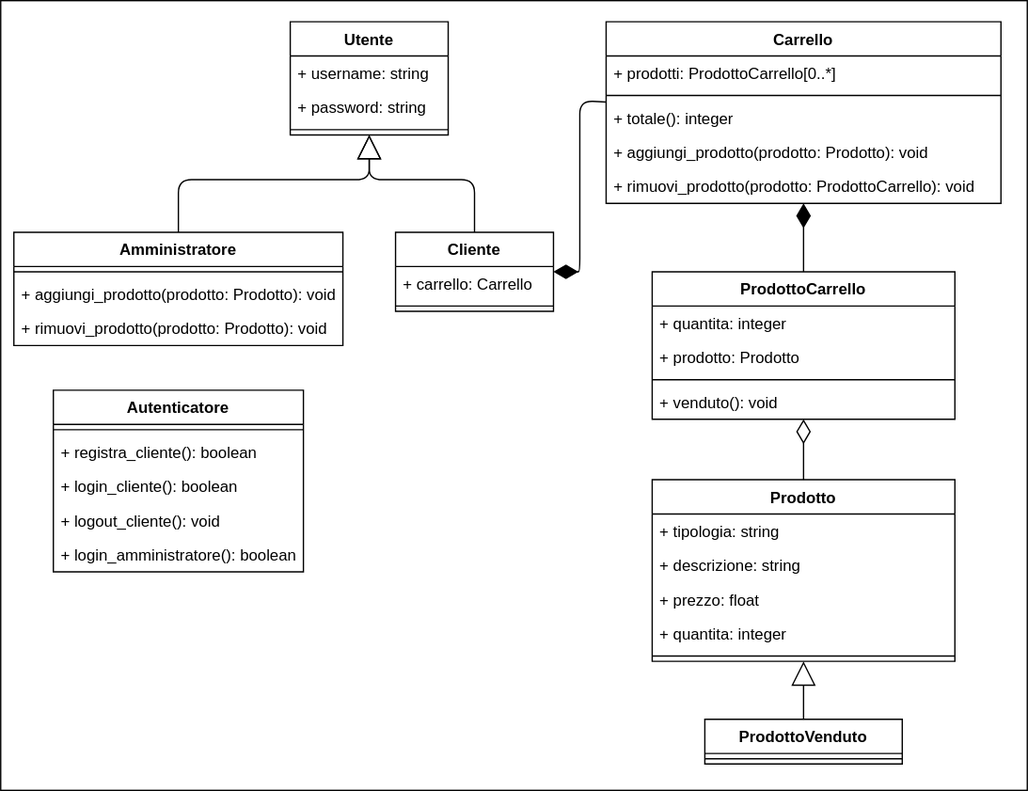
The draw.io diagram diagrammi/classi.drawio.svg in MickTK/ProgettoFinaleISW, before a commit. Source tidied: cells renumbered, new cells last; positions are measured from the earlier drawing's top-left corner, leaving out a move shared by most shapes.
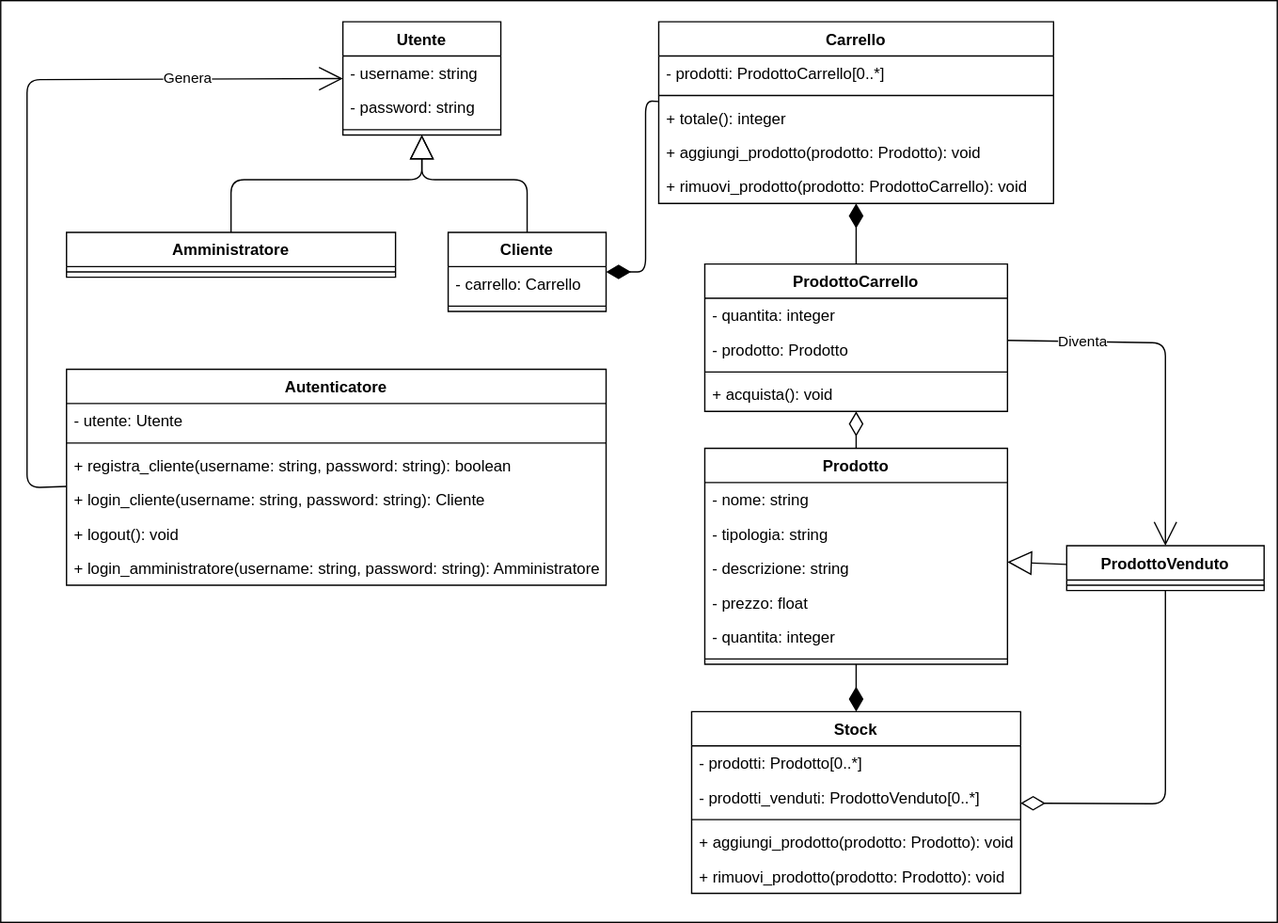
After the change.

Diff of the diagram source:
```diff
@@ -3,21 +3,21 @@
     <mxCell id="0" />
     <mxCell id="1" parent="0" />
     <mxCell id="2" style="rounded=0;whiteSpace=wrap;html=1;" parent="1" vertex="1">
-      <mxGeometry width="780" height="600" as="geometry" />
+      <mxGeometry y="20" width="970" height="700" as="geometry" />
     </mxCell>
     <mxCell id="3" value="Cliente" style="swimlane;fontStyle=1;align=center;verticalAlign=top;horizontal=1;startSize=26;" parent="1" vertex="1">
-      <mxGeometry x="300" y="176" width="120" height="60" as="geometry" />
+      <mxGeometry x="340" y="196" width="120" height="60" as="geometry" />
     </mxCell>
-    <mxCell id="4" value="+ carrello: Carrello" style="text;strokeColor=none;fillColor=none;align=left;verticalAlign=top;spacingLeft=4;spacingRight=4;overflow=hidden;" parent="3" vertex="1">
+    <mxCell id="4" value="- carrello: Carrello" style="text;strokeColor=none;fillColor=none;align=left;verticalAlign=top;spacingLeft=4;spacingRight=4;overflow=hidden;" parent="3" vertex="1">
       <mxGeometry y="26" width="120" height="26" as="geometry" />
     </mxCell>
     <mxCell id="5" style="line;strokeWidth=1;fillColor=none;align=left;verticalAlign=middle;spacingTop=-1;spacingLeft=3;spacingRight=3;labelPosition=right;strokeColor=inherit;" parent="3" vertex="1">
       <mxGeometry y="52" width="120" height="8" as="geometry" />
     </mxCell>
     <mxCell id="6" value="Carrello" style="swimlane;fontStyle=1;align=center;verticalAlign=top;horizontal=1;startSize=26;" parent="1" vertex="1">
-      <mxGeometry x="460" y="16" width="300" height="138" as="geometry" />
+      <mxGeometry x="500" y="36" width="300" height="138" as="geometry" />
     </mxCell>
-    <mxCell id="7" value="+ prodotti: ProdottoCarrello[0..*]" style="text;strokeColor=none;fillColor=none;align=left;verticalAlign=top;spacingLeft=4;spacingRight=4;overflow=hidden;" parent="6" vertex="1">
+    <mxCell id="7" value="- prodotti: ProdottoCarrello[0..*]" style="text;strokeColor=none;fillColor=none;align=left;verticalAlign=top;spacingLeft=4;spacingRight=4;overflow=hidden;" parent="6" vertex="1">
       <mxGeometry y="26" width="300" height="26" as="geometry" />
     </mxCell>
     <mxCell id="8" style="line;strokeWidth=1;fillColor=none;align=left;verticalAlign=middle;spacingTop=-1;spacingLeft=3;spacingRight=3;labelPosition=right;strokeColor=inherit;" parent="6" vertex="1">
@@ -33,83 +33,80 @@
       <mxGeometry y="112" width="300" height="26" as="geometry" />
     </mxCell>
     <mxCell id="12" value="ProdottoCarrello" style="swimlane;fontStyle=1;align=center;verticalAlign=top;horizontal=1;startSize=26;" parent="1" vertex="1">
-      <mxGeometry x="495" y="206" width="230" height="112" as="geometry" />
+      <mxGeometry x="535" y="220" width="230" height="112" as="geometry" />
     </mxCell>
-    <mxCell id="13" value="+ quantita: integer" style="text;strokeColor=none;fillColor=none;align=left;verticalAlign=top;spacingLeft=4;spacingRight=4;overflow=hidden;" parent="12" vertex="1">
+    <mxCell id="13" value="- quantita: integer" style="text;strokeColor=none;fillColor=none;align=left;verticalAlign=top;spacingLeft=4;spacingRight=4;overflow=hidden;" parent="12" vertex="1">
       <mxGeometry y="26" width="230" height="26" as="geometry" />
     </mxCell>
-    <mxCell id="14" value="+ prodotto: Prodotto" style="text;strokeColor=none;fillColor=none;align=left;verticalAlign=top;spacingLeft=4;spacingRight=4;overflow=hidden;" parent="12" vertex="1">
+    <mxCell id="14" value="- prodotto: Prodotto" style="text;strokeColor=none;fillColor=none;align=left;verticalAlign=top;spacingLeft=4;spacingRight=4;overflow=hidden;" parent="12" vertex="1">
       <mxGeometry y="52" width="230" height="26" as="geometry" />
     </mxCell>
     <mxCell id="15" style="line;strokeWidth=1;fillColor=none;align=left;verticalAlign=middle;spacingTop=-1;spacingLeft=3;spacingRight=3;labelPosition=right;strokeColor=inherit;" parent="12" vertex="1">
       <mxGeometry y="78" width="230" height="8" as="geometry" />
     </mxCell>
-    <mxCell id="16" value="+ venduto(): void" style="text;strokeColor=none;fillColor=none;align=left;verticalAlign=top;spacingLeft=4;spacingRight=4;overflow=hidden;" parent="12" vertex="1">
+    <mxCell id="16" value="+ acquista(): void" style="text;strokeColor=none;fillColor=none;align=left;verticalAlign=top;spacingLeft=4;spacingRight=4;overflow=hidden;" parent="12" vertex="1">
       <mxGeometry y="86" width="230" height="26" as="geometry" />
     </mxCell>
     <mxCell id="17" value="Prodotto" style="swimlane;fontStyle=1;align=center;verticalAlign=top;horizontal=1;startSize=26;" parent="1" vertex="1">
-      <mxGeometry x="495" y="364" width="230" height="138" as="geometry" />
+      <mxGeometry x="535" y="360" width="230" height="164" as="geometry" />
     </mxCell>
+    <mxCell id="45" value="- nome: string" style="text;strokeColor=none;fillColor=none;align=left;verticalAlign=top;spacingLeft=4;spacingRight=4;overflow=hidden;" parent="17" vertex="1">
+      <mxGeometry y="26" width="230" height="26" as="geometry" />
+    </mxCell>
-    <mxCell id="18" value="+ tipologia: string" style="text;strokeColor=none;fillColor=none;align=left;verticalAlign=top;spacingLeft=4;spacingRight=4;overflow=hidden;" parent="17" vertex="1">
-      <mxGeometry y="26" width="230" height="26" as="geometry" />
+    <mxCell id="18" value="- tipologia: string" style="text;strokeColor=none;fillColor=none;align=left;verticalAlign=top;spacingLeft=4;spacingRight=4;overflow=hidden;" parent="17" vertex="1">
+      <mxGeometry y="52" width="230" height="26" as="geometry" />
     </mxCell>
-    <mxCell id="19" value="+ descrizione: string" style="text;strokeColor=none;fillColor=none;align=left;verticalAlign=top;spacingLeft=4;spacingRight=4;overflow=hidden;" parent="17" vertex="1">
-      <mxGeometry y="52" width="230" height="26" as="geometry" />
+    <mxCell id="19" value="- descrizione: string" style="text;strokeColor=none;fillColor=none;align=left;verticalAlign=top;spacingLeft=4;spacingRight=4;overflow=hidden;" parent="17" vertex="1">
+      <mxGeometry y="78" width="230" height="26" as="geometry" />
     </mxCell>
-    <mxCell id="20" value="+ prezzo: float" style="text;strokeColor=none;fillColor=none;align=left;verticalAlign=top;spacingLeft=4;spacingRight=4;overflow=hidden;" parent="17" vertex="1">
-      <mxGeometry y="78" width="230" height="26" as="geometry" />
+    <mxCell id="20" value="- prezzo: float" style="text;strokeColor=none;fillColor=none;align=left;verticalAlign=top;spacingLeft=4;spacingRight=4;overflow=hidden;" parent="17" vertex="1">
+      <mxGeometry y="104" width="230" height="26" as="geometry" />
     </mxCell>
-    <mxCell id="21" value="+ quantita: integer" style="text;strokeColor=none;fillColor=none;align=left;verticalAlign=top;spacingLeft=4;spacingRight=4;overflow=hidden;" parent="17" vertex="1">
-      <mxGeometry y="104" width="230" height="26" as="geometry" />
+    <mxCell id="21" value="- quantita: integer" style="text;strokeColor=none;fillColor=none;align=left;verticalAlign=top;spacingLeft=4;spacingRight=4;overflow=hidden;" parent="17" vertex="1">
+      <mxGeometry y="130" width="230" height="26" as="geometry" />
     </mxCell>
     <mxCell id="22" style="line;strokeWidth=1;fillColor=none;align=left;verticalAlign=middle;spacingTop=-1;spacingLeft=3;spacingRight=3;labelPosition=right;strokeColor=inherit;" parent="17" vertex="1">
-      <mxGeometry y="130" width="230" height="8" as="geometry" />
+      <mxGeometry y="156" width="230" height="8" as="geometry" />
     </mxCell>
     <mxCell id="23" value="Utente" style="swimlane;fontStyle=1;align=center;verticalAlign=top;horizontal=1;startSize=26;" parent="1" vertex="1">
-      <mxGeometry x="220" y="16" width="120" height="86" as="geometry" />
+      <mxGeometry x="260" y="36" width="120" height="86" as="geometry" />
     </mxCell>
-    <mxCell id="24" value="+ username: string" style="text;strokeColor=none;fillColor=none;align=left;verticalAlign=top;spacingLeft=4;spacingRight=4;overflow=hidden;" parent="23" vertex="1">
+    <mxCell id="24" value="- username: string" style="text;strokeColor=none;fillColor=none;align=left;verticalAlign=top;spacingLeft=4;spacingRight=4;overflow=hidden;" parent="23" vertex="1">
       <mxGeometry y="26" width="120" height="26" as="geometry" />
     </mxCell>
-    <mxCell id="25" value="+ password: string" style="text;strokeColor=none;fillColor=none;align=left;verticalAlign=top;spacingLeft=4;spacingRight=4;overflow=hidden;" parent="23" vertex="1">
+    <mxCell id="25" value="- password: string" style="text;strokeColor=none;fillColor=none;align=left;verticalAlign=top;spacingLeft=4;spacingRight=4;overflow=hidden;" parent="23" vertex="1">
       <mxGeometry y="52" width="120" height="26" as="geometry" />
     </mxCell>
     <mxCell id="26" style="line;strokeWidth=1;fillColor=none;align=left;verticalAlign=middle;spacingTop=-1;spacingLeft=3;spacingRight=3;labelPosition=right;strokeColor=inherit;" parent="23" vertex="1">
       <mxGeometry y="78" width="120" height="8" as="geometry" />
     </mxCell>
     <mxCell id="27" value="Amministratore" style="swimlane;fontStyle=1;align=center;verticalAlign=top;horizontal=1;startSize=26;" parent="1" vertex="1">
-      <mxGeometry x="10" y="176" width="250" height="86" as="geometry" />
+      <mxGeometry x="50" y="196" width="250" height="34" as="geometry" />
     </mxCell>
     <mxCell id="28" style="line;strokeWidth=1;fillColor=none;align=left;verticalAlign=middle;spacingTop=-1;spacingLeft=3;spacingRight=3;labelPosition=right;strokeColor=inherit;" parent="27" vertex="1">
       <mxGeometry y="26" width="250" height="8" as="geometry" />
     </mxCell>
-    <mxCell id="29" value="+ aggiungi_prodotto(prodotto: Prodotto): void" style="text;strokeColor=none;fillColor=none;align=left;verticalAlign=top;spacingLeft=4;spacingRight=4;overflow=hidden;" parent="27" vertex="1">
-      <mxGeometry y="34" width="250" height="26" as="geometry" />
-    </mxCell>
-    <mxCell id="30" value="+ rimuovi_prodotto(prodotto: Prodotto): void" style="text;strokeColor=none;fillColor=none;align=left;verticalAlign=top;spacingLeft=4;spacingRight=4;overflow=hidden;" parent="27" vertex="1">
-      <mxGeometry y="60" width="250" height="26" as="geometry" />
-    </mxCell>
     <mxCell id="31" style="endArrow=block;endSize=16;endFill=0;html=1;" parent="1" edge="1" source="3" target="23">
       <mxGeometry relative="1" as="geometry">
         <Array as="points">
-          <mxPoint x="360" y="136" />
-          <mxPoint x="280" y="136" />
+          <mxPoint x="400" y="156" />
+          <mxPoint x="320" y="156" />
         </Array>
       </mxGeometry>
     </mxCell>
     <mxCell id="32" style="endArrow=block;endSize=16;endFill=0;html=1;" parent="1" edge="1" source="27" target="23">
       <mxGeometry relative="1" as="geometry">
         <Array as="points">
-          <mxPoint x="135" y="136" />
-          <mxPoint x="280" y="136" />
+          <mxPoint x="175" y="156" />
+          <mxPoint x="320" y="156" />
         </Array>
       </mxGeometry>
     </mxCell>
     <mxCell id="33" style="endArrow=diamondThin;html=1;endFill=1;startArrow=none;startFill=0;endSize=16;" parent="1" edge="1" source="6" target="3">
       <mxGeometry relative="1" as="geometry">
         <Array as="points">
-          <mxPoint x="440" y="76" />
-          <mxPoint x="440" y="206" />
+          <mxPoint x="490" y="96" />
+          <mxPoint x="490" y="226" />
         </Array>
       </mxGeometry>
     </mxCell>
@@ -120,25 +117,28 @@
       <mxGeometry relative="1" as="geometry" />
     </mxCell>
     <mxCell id="36" value="Autenticatore" style="swimlane;fontStyle=1;align=center;verticalAlign=top;horizontal=1;startSize=26;" parent="1" vertex="1">
-      <mxGeometry x="40" y="296" width="190" height="138" as="geometry" />
+      <mxGeometry x="50" y="300" width="410" height="164" as="geometry" />
     </mxCell>
+    <mxCell id="46" value="- utente: Utente" style="text;strokeColor=none;fillColor=none;align=left;verticalAlign=top;spacingLeft=4;spacingRight=4;overflow=hidden;" parent="36" vertex="1">
+      <mxGeometry y="26" width="410" height="26" as="geometry" />
+    </mxCell>
     <mxCell id="37" style="line;strokeWidth=1;fillColor=none;align=left;verticalAlign=middle;spacingTop=-1;spacingLeft=3;spacingRight=3;labelPosition=right;strokeColor=inherit;" parent="36" vertex="1">
-      <mxGeometry y="26" width="190" height="8" as="geometry" />
+      <mxGeometry y="52" width="410" height="8" as="geometry" />
     </mxCell>
-    <mxCell id="38" value="+ registra_cliente(): boolean" style="text;strokeColor=none;fillColor=none;align=left;verticalAlign=top;spacingLeft=4;spacingRight=4;overflow=hidden;" parent="36" vertex="1">
-      <mxGeometry y="34" width="190" height="26" as="geometry" />
+    <mxCell id="38" value="+ registra_cliente(username: string, password: string): boolean" style="text;strokeColor=none;fillColor=none;align=left;verticalAlign=top;spacingLeft=4;spacingRight=4;overflow=hidden;" parent="36" vertex="1">
+      <mxGeometry y="60" width="410" height="26" as="geometry" />
     </mxCell>
-    <mxCell id="39" value="+ login_cliente(): boolean" style="text;strokeColor=none;fillColor=none;align=left;verticalAlign=top;spacingLeft=4;spacingRight=4;overflow=hidden;" parent="36" vertex="1">
-      <mxGeometry y="60" width="190" height="26" as="geometry" />
+    <mxCell id="39" value="+ login_cliente(username: string, password: string): Cliente" style="text;strokeColor=none;fillColor=none;align=left;verticalAlign=top;spacingLeft=4;spacingRight=4;overflow=hidden;" parent="36" vertex="1">
+      <mxGeometry y="86" width="410" height="26" as="geometry" />
     </mxCell>
-    <mxCell id="40" value="+ logout_cliente(): void" style="text;strokeColor=none;fillColor=none;align=left;verticalAlign=top;spacingLeft=4;spacingRight=4;overflow=hidden;" parent="36" vertex="1">
-      <mxGeometry y="86" width="190" height="26" as="geometry" />
+    <mxCell id="40" value="+ logout(): void" style="text;strokeColor=none;fillColor=none;align=left;verticalAlign=top;spacingLeft=4;spacingRight=4;overflow=hidden;" parent="36" vertex="1">
+      <mxGeometry y="112" width="410" height="26" as="geometry" />
     </mxCell>
-    <mxCell id="41" value="+ login_amministratore(): boolean" style="text;strokeColor=none;fillColor=none;align=left;verticalAlign=top;spacingLeft=4;spacingRight=4;overflow=hidden;" parent="36" vertex="1">
-      <mxGeometry y="112" width="190" height="26" as="geometry" />
+    <mxCell id="41" value="+ login_amministratore(username: string, password: string): Amministratore" style="text;strokeColor=none;fillColor=none;align=left;verticalAlign=top;spacingLeft=4;spacingRight=4;overflow=hidden;" parent="36" vertex="1">
+      <mxGeometry y="138" width="410" height="26" as="geometry" />
     </mxCell>
     <mxCell id="42" value="ProdottoVenduto" style="swimlane;fontStyle=1;align=center;verticalAlign=top;horizontal=1;startSize=26;" parent="1" vertex="1">
-      <mxGeometry x="535" y="546" width="150" height="34" as="geometry" />
+      <mxGeometry x="810" y="434" width="150" height="34" as="geometry" />
     </mxCell>
     <mxCell id="43" style="line;strokeWidth=1;fillColor=none;align=left;verticalAlign=middle;spacingTop=-1;spacingLeft=3;spacingRight=3;labelPosition=right;strokeColor=inherit;" parent="42" vertex="1">
       <mxGeometry y="26" width="150" height="8" as="geometry" />
@@ -146,5 +146,58 @@
     <mxCell id="44" style="endArrow=block;endSize=16;endFill=0;html=1;" parent="1" edge="1" source="42" target="17">
       <mxGeometry relative="1" as="geometry" />
     </mxCell>
+    <mxCell id="47" value="Stock" style="swimlane;fontStyle=1;align=center;verticalAlign=top;horizontal=1;startSize=26;" parent="1" vertex="1">
+      <mxGeometry x="525" y="560" width="250" height="138" as="geometry" />
+    </mxCell>
+    <mxCell id="48" value="- prodotti: Prodotto[0..*]" style="text;strokeColor=none;fillColor=none;align=left;verticalAlign=top;spacingLeft=4;spacingRight=4;overflow=hidden;" parent="47" vertex="1">
+      <mxGeometry y="26" width="250" height="26" as="geometry" />
+    </mxCell>
+    <mxCell id="49" value="- prodotti_venduti: ProdottoVenduto[0..*]" style="text;strokeColor=none;fillColor=none;align=left;verticalAlign=top;spacingLeft=4;spacingRight=4;overflow=hidden;" parent="47" vertex="1">
+      <mxGeometry y="52" width="250" height="26" as="geometry" />
+    </mxCell>
+    <mxCell id="50" style="line;strokeWidth=1;fillColor=none;align=left;verticalAlign=middle;spacingTop=-1;spacingLeft=3;spacingRight=3;labelPosition=right;strokeColor=inherit;" parent="47" vertex="1">
+      <mxGeometry y="78" width="250" height="8" as="geometry" />
+    </mxCell>
+    <mxCell id="29" value="+ aggiungi_prodotto(prodotto: Prodotto): void" style="text;strokeColor=none;fillColor=none;align=left;verticalAlign=top;spacingLeft=4;spacingRight=4;overflow=hidden;" parent="47" vertex="1">
+      <mxGeometry y="86" width="250" height="26" as="geometry" />
+    </mxCell>
+    <mxCell id="30" value="+ rimuovi_prodotto(prodotto: Prodotto): void" style="text;strokeColor=none;fillColor=none;align=left;verticalAlign=top;spacingLeft=4;spacingRight=4;overflow=hidden;" parent="47" vertex="1">
+      <mxGeometry y="112" width="250" height="26" as="geometry" />
+    </mxCell>
+    <mxCell id="51" style="endArrow=diamondThin;html=1;endFill=1;startArrow=none;startFill=0;endSize=16;" parent="1" edge="1" source="17" target="47">
+      <mxGeometry relative="1" as="geometry" />
+    </mxCell>
+    <mxCell id="52" style="endArrow=none;html=1;endFill=0;startArrow=open;startFill=0;endSize=16;startSize=16;" parent="1" edge="1" source="42" target="12">
+      <mxGeometry relative="1" as="geometry">
+        <Array as="points">
+          <mxPoint x="885" y="280" />
+        </Array>
+      </mxGeometry>
+    </mxCell>
+    <mxCell id="53" value="Diventa" style="edgeLabel;html=1;align=center;verticalAlign=middle;" parent="52" vertex="1">
+      <mxGeometry x="0.42" y="1" relative="1" as="geometry">
+        <mxPoint x="-22" y="-1" as="offset" />
+      </mxGeometry>
+    </mxCell>
+    <mxCell id="54" style="endArrow=diamondThin;html=1;endFill=0;startArrow=none;startFill=0;endSize=16;" parent="1" edge="1" source="42" target="47">
+      <mxGeometry relative="1" as="geometry">
+        <Array as="points">
+          <mxPoint x="885" y="630" />
+        </Array>
+      </mxGeometry>
+    </mxCell>
+    <mxCell id="55" style="endArrow=none;html=1;endFill=0;startArrow=open;startFill=0;endSize=16;startSize=16;" parent="1" edge="1" source="23" target="36">
+      <mxGeometry relative="1" as="geometry">
+        <Array as="points">
+          <mxPoint x="20" y="80" />
+          <mxPoint x="20" y="390" />
+        </Array>
+      </mxGeometry>
+    </mxCell>
+    <mxCell id="56" value="Genera" style="edgeLabel;html=1;align=center;verticalAlign=middle;" parent="55" vertex="1">
+      <mxGeometry x="-0.67" relative="1" as="geometry">
+        <mxPoint x="-24" y="-1" as="offset" />
+      </mxGeometry>
+    </mxCell>
   </root>
 </mxGraphModel>
```
